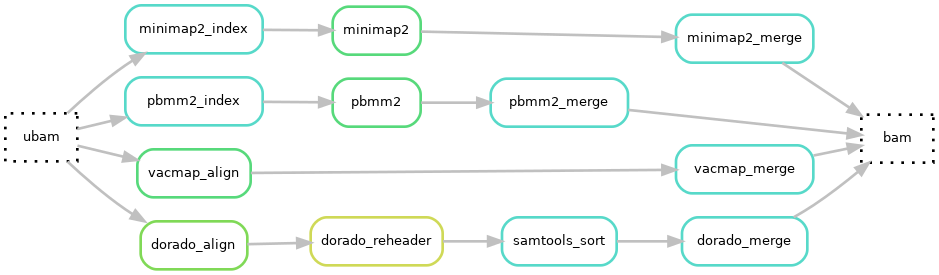
Earlier version of the Graphviz export docs/images/alignment.longread.png (hydra-genetics/alignment). Its source is kept beside it as docs/images/alignment.longread.dot.
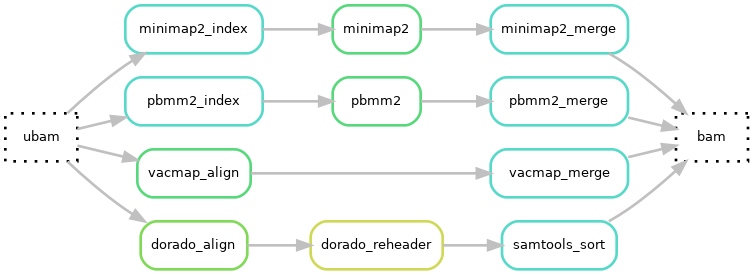
The same diagram one commit later.

Commit message:
refactor: align ONT reads per sample and drop dorado_merge

Diff of the diagram source:
```diff
@@ -85,13 +85,8 @@
 		height=0.5,
 		label=dorado_reheader,
 		width=1.3];
-	15	[color="0.48 0.6 0.85",
-		height=0.5,
-		label=dorado_merge,
-		width=1.3];
 	10 -> 11
 	11 -> 14
 	14 -> 12
-	12 -> 15
-	15 -> 0
+	12 -> 0
 }
```
